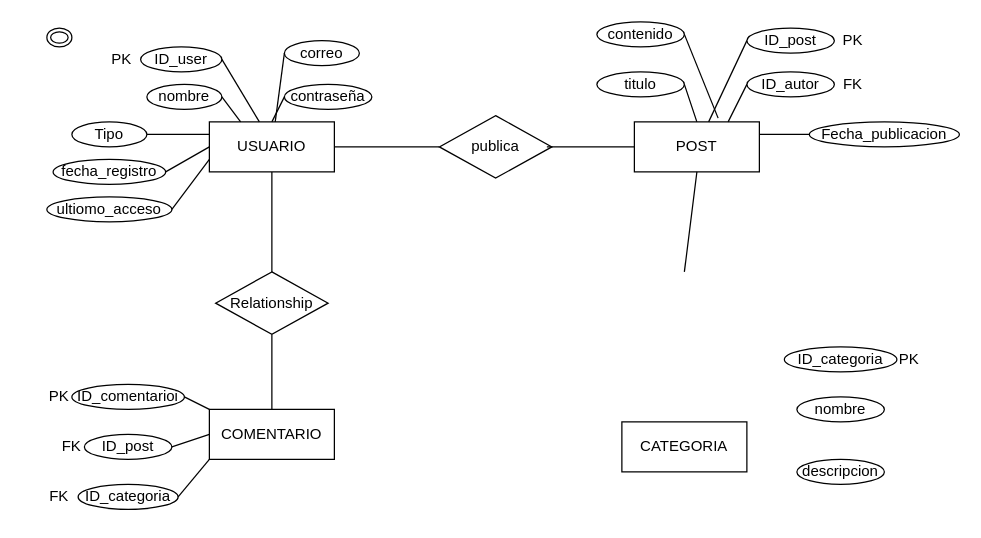
Above: DER-blog.drawio in AlexiasXro/Blog-M (draw.io), before the change. Source tidied: cells renumbered, new cells numbered last; positions are measured from the earlier drawing's top-left corner, leaving out a move shared by most shapes. Both pictures are drawn from the tidied source at 125%, with x=0, y=0 at pixel (21, 21).
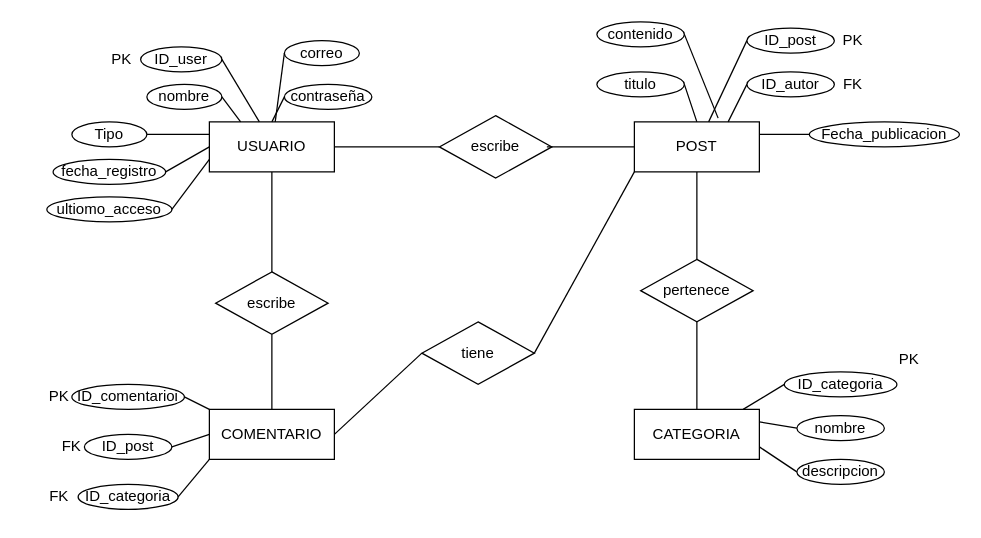
After the change.

Unchanged cells that the change refers to:
```xml
<mxCell id="3" value="POST" style="whiteSpace=wrap;html=1;align=center;" parent="1" vertex="1">
  <mxGeometry x="490" y="80" width="100" height="40" as="geometry" />
</mxCell>
<mxCell id="4" value="COMENTARIO" style="whiteSpace=wrap;html=1;align=center;" parent="1" vertex="1">
  <mxGeometry x="150" y="310" width="100" height="40" as="geometry" />
</mxCell>
<mxCell id="41" value="descripcion" style="ellipse;whiteSpace=wrap;html=1;align=center;" parent="1" vertex="1">
  <mxGeometry x="620" y="350" width="70" height="20" as="geometry" />
</mxCell>
```

What changed in the source:
```diff
@@
     <mxCell id="5" value="CATEGORIA" style="whiteSpace=wrap;html=1;align=center;" parent="1" vertex="1">
-      <mxGeometry x="480" y="320" width="100" height="40" as="geometry" />
+      <mxGeometry x="490" y="310" width="100" height="40" as="geometry" />
     </mxCell>
@@
-    <mxCell id="7" value="Relationship" style="shape=rhombus;perimeter=rhombusPerimeter;whiteSpace=wrap;html=1;align=center;" parent="1" vertex="1">
+    <mxCell id="7" value="escribe" style="shape=rhombus;perimeter=rhombusPerimeter;whiteSpace=wrap;html=1;align=center;" parent="1" vertex="1">
       <mxGeometry x="155" y="200" width="90" height="50" as="geometry" />
     </mxCell>
-    <mxCell id="8" style="ellipse;shape=doubleEllipse;margin=3;whiteSpace=wrap;html=1;align=center;" parent="1" vertex="1">
-      <mxGeometry x="20" y="5" width="20" height="15" as="geometry" />
-    </mxCell>
@@
-    <mxCell id="22" value="publica" style="shape=rhombus;perimeter=rhombusPerimeter;whiteSpace=wrap;html=1;align=center;" parent="1" vertex="1">
+    <mxCell id="22" value="escribe" style="shape=rhombus;perimeter=rhombusPerimeter;whiteSpace=wrap;html=1;align=center;" parent="1" vertex="1">
       <mxGeometry x="334" y="75" width="90" height="50" as="geometry" />
     </mxCell>
@@
     <mxCell id="31" value="nombre" style="ellipse;whiteSpace=wrap;html=1;align=center;" parent="1" vertex="1">
-      <mxGeometry x="620" y="300" width="70" height="20" as="geometry" />
+      <mxGeometry x="620" y="315" width="70" height="20" as="geometry" />
     </mxCell>
@@
     <mxCell id="39" value="ID_categoria" style="ellipse;whiteSpace=wrap;html=1;align=center;" parent="1" vertex="1">
-      <mxGeometry x="610" y="260" width="90" height="20" as="geometry" />
+      <mxGeometry x="610" y="280" width="90" height="20" as="geometry" />
     </mxCell>
@@
-    <mxCell id="53" style="endArrow=none;html=1;rounded=0;fontSize=12;startSize=8;endSize=8;curved=1;entryX=0.5;entryY=1;entryDx=0;entryDy=0;" parent="1" edge="1" target="3">
-      <mxGeometry relative="1" as="geometry">
-        <mxPoint x="530" y="200" as="sourcePoint" />
-      </mxGeometry>
+    <mxCell id="53" style="endArrow=none;html=1;rounded=0;fontSize=12;startSize=8;endSize=8;curved=1;entryX=0.5;entryY=1;entryDx=0;entryDy=0;exitX=0.5;exitY=0;exitDx=0;exitDy=0;" parent="1" edge="1" source="54" target="3">
+      <mxGeometry relative="1" as="geometry" />
     </mxCell>
+    <mxCell id="54" value="pertenece" style="shape=rhombus;perimeter=rhombusPerimeter;whiteSpace=wrap;html=1;align=center;" parent="1" vertex="1">
+      <mxGeometry x="495" y="190" width="90" height="50" as="geometry" />
+    </mxCell>
+    <mxCell id="55" value="tiene" style="shape=rhombus;perimeter=rhombusPerimeter;whiteSpace=wrap;html=1;align=center;" parent="1" vertex="1">
+      <mxGeometry x="320" y="240" width="90" height="50" as="geometry" />
+    </mxCell>
+    <mxCell id="56" style="endArrow=none;html=1;rounded=0;fontSize=12;startSize=8;endSize=8;curved=1;entryX=0.5;entryY=1;entryDx=0;entryDy=0;exitX=0.5;exitY=0;exitDx=0;exitDy=0;" parent="1" edge="1" source="5" target="54">
+      <mxGeometry relative="1" as="geometry" />
+    </mxCell>
+    <mxCell id="57" style="endArrow=none;html=1;rounded=0;fontSize=12;startSize=8;endSize=8;curved=1;exitX=1;exitY=0.5;exitDx=0;exitDy=0;entryX=0;entryY=1;entryDx=0;entryDy=0;" parent="1" edge="1" source="55" target="3">
+      <mxGeometry relative="1" as="geometry" />
+    </mxCell>
+    <mxCell id="58" style="endArrow=none;html=1;rounded=0;fontSize=12;startSize=8;endSize=8;curved=1;exitX=1;exitY=0.5;exitDx=0;exitDy=0;entryX=0;entryY=0.5;entryDx=0;entryDy=0;" parent="1" edge="1" source="4" target="55">
+      <mxGeometry relative="1" as="geometry" />
+    </mxCell>
+    <mxCell id="59" style="endArrow=none;html=1;rounded=0;fontSize=12;startSize=8;endSize=8;curved=1;entryX=0;entryY=0.5;entryDx=0;entryDy=0;exitX=0.87;exitY=0;exitDx=0;exitDy=0;exitPerimeter=0;" parent="1" edge="1" source="5" target="39">
+      <mxGeometry relative="1" as="geometry" />
+    </mxCell>
+    <mxCell id="60" style="endArrow=none;html=1;rounded=0;fontSize=12;startSize=8;endSize=8;curved=1;entryX=0;entryY=0.5;entryDx=0;entryDy=0;exitX=1;exitY=0.25;exitDx=0;exitDy=0;" parent="1" edge="1" source="5" target="31">
+      <mxGeometry relative="1" as="geometry" />
+    </mxCell>
+    <mxCell id="61" style="endArrow=none;html=1;rounded=0;fontSize=12;startSize=8;endSize=8;curved=1;entryX=0;entryY=0.5;entryDx=0;entryDy=0;exitX=1;exitY=0.75;exitDx=0;exitDy=0;" parent="1" edge="1" source="5" target="41">
+      <mxGeometry relative="1" as="geometry" />
+    </mxCell>
```
